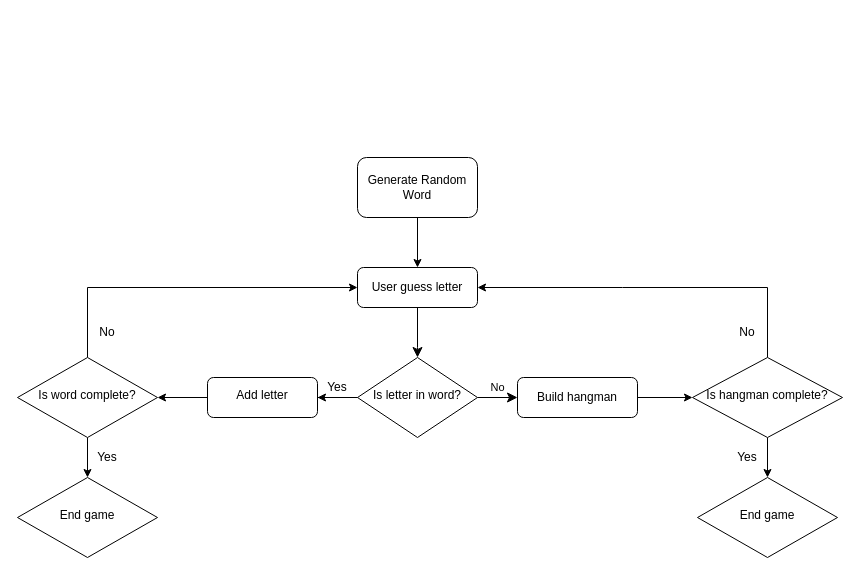
Above: Hangman_Diagram.drawio in capple15/Project-Flowcharts (draw.io), before the change. Source tidied: cells renumbered, new cells numbered last; positions are measured from the earlier drawing's top-left corner, leaving out a move shared by most shapes. Both pictures are drawn from the tidied source at 100%, with x=0, y=0 at pixel (17, 157).
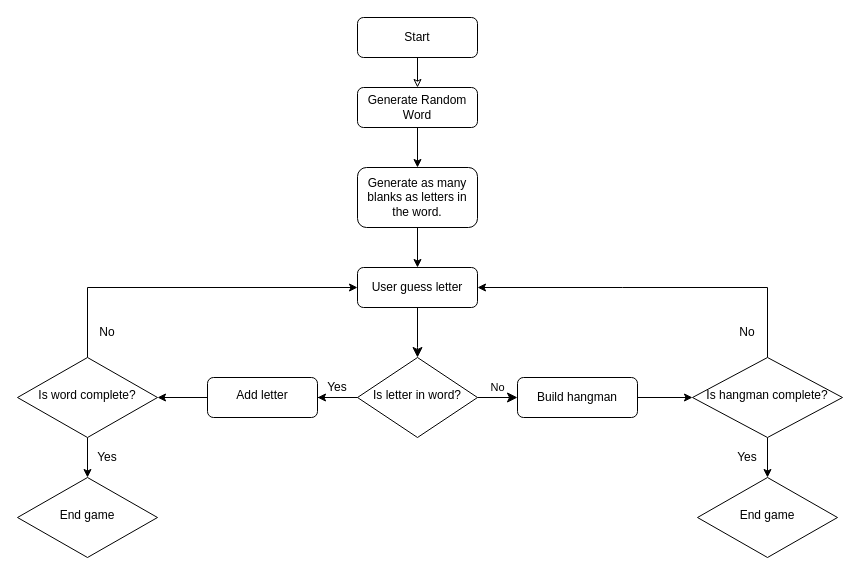
The same diagram, later.

Unchanged cells that the change refers to:
```xml
<mxCell id="5" value="User guess letter" style="rounded=1;whiteSpace=wrap;html=1;fontSize=12;glass=0;strokeWidth=1;shadow=0;" parent="1" vertex="1">
  <mxGeometry x="340" y="110" width="120" height="40" as="geometry" />
</mxCell>
```

Change to the diagram source:
```diff
@@
-    <mxCell id="3" style="edgeStyle=orthogonalEdgeStyle;rounded=0;jettySize=auto;html=1;endArrow=none;startFill=1;startArrow=classic;" parent="1" edge="1" source="5" target="12">
-      <mxGeometry relative="1" as="geometry" />
-    </mxCell>
@@
+    <mxCell id="29" style="edgeStyle=orthogonalEdgeStyle;rounded=0;jettySize=auto;html=1;endArrow=none;endFill=1;startArrow=classic;startFill=0;" parent="1" edge="1" source="12" target="31">
+      <mxGeometry relative="1" as="geometry" />
+    </mxCell>
+    <mxCell id="30" style="edgeStyle=orthogonalEdgeStyle;rounded=0;jettySize=auto;html=1;" parent="1" edge="1" source="12" target="33">
+      <mxGeometry relative="1" as="geometry" />
+    </mxCell>
     <mxCell id="12" value="Generate Random Word" style="rounded=1;whiteSpace=wrap;html=1;" parent="1" vertex="1">
-      <mxGeometry x="340" width="120" height="60" as="geometry" />
+      <mxGeometry x="340" y="-70" width="120" height="40" as="geometry" />
     </mxCell>
@@
+    <mxCell id="31" value="Start" style="rounded=1;whiteSpace=wrap;html=1;" parent="1" vertex="1">
+      <mxGeometry x="340" y="-140" width="120" height="40" as="geometry" />
+    </mxCell>
+    <mxCell id="32" style="edgeStyle=orthogonalEdgeStyle;rounded=0;jettySize=auto;html=1;" parent="1" edge="1" source="33" target="5">
+      <mxGeometry relative="1" as="geometry" />
+    </mxCell>
+    <mxCell id="33" value="Generate as many blanks as letters in the word." style="rounded=1;whiteSpace=wrap;html=1;" parent="1" vertex="1">
+      <mxGeometry x="340" y="10" width="120" height="60" as="geometry" />
+    </mxCell>
```
